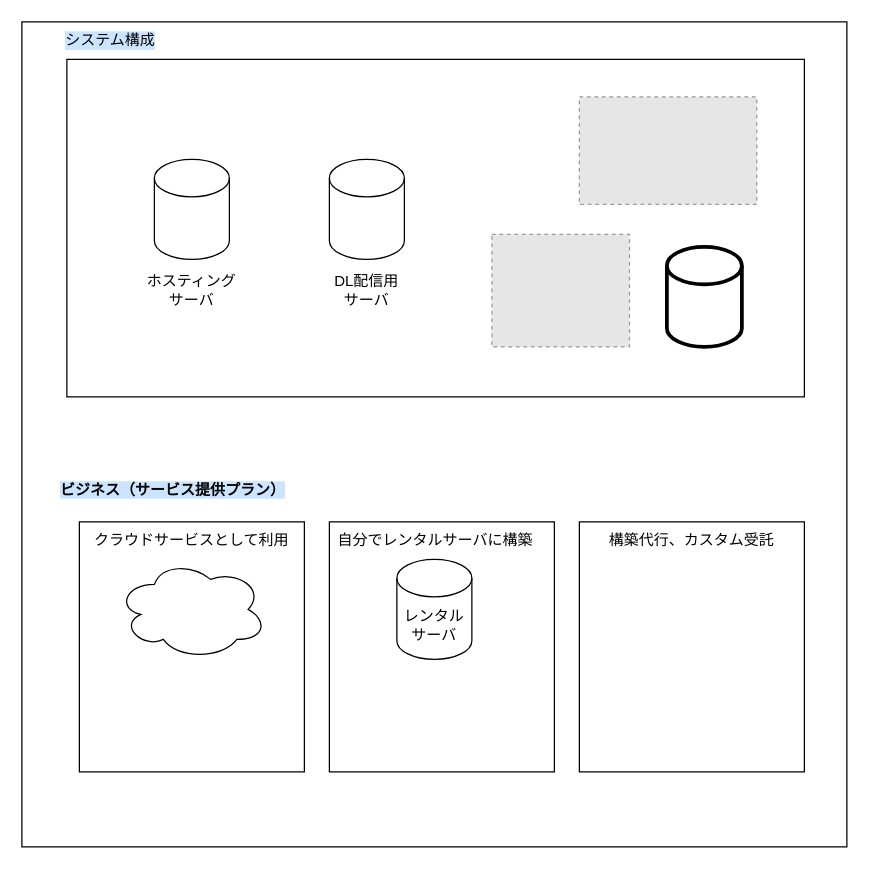
The draw.io diagram 名称未設定ファイル.drawio in buyodo/webgis-doc, before the edit. Source tidied: cells renumbered, new cells numbered last; positions are measured from the earlier drawing's top-left corner, leaving out a move shared by most shapes. Both pictures are drawn from the tidied source at 125%, with x=0, y=0 at pixel (21, 21). Pictures stored in the file or linked from it are replaced by grey dashed boxes.
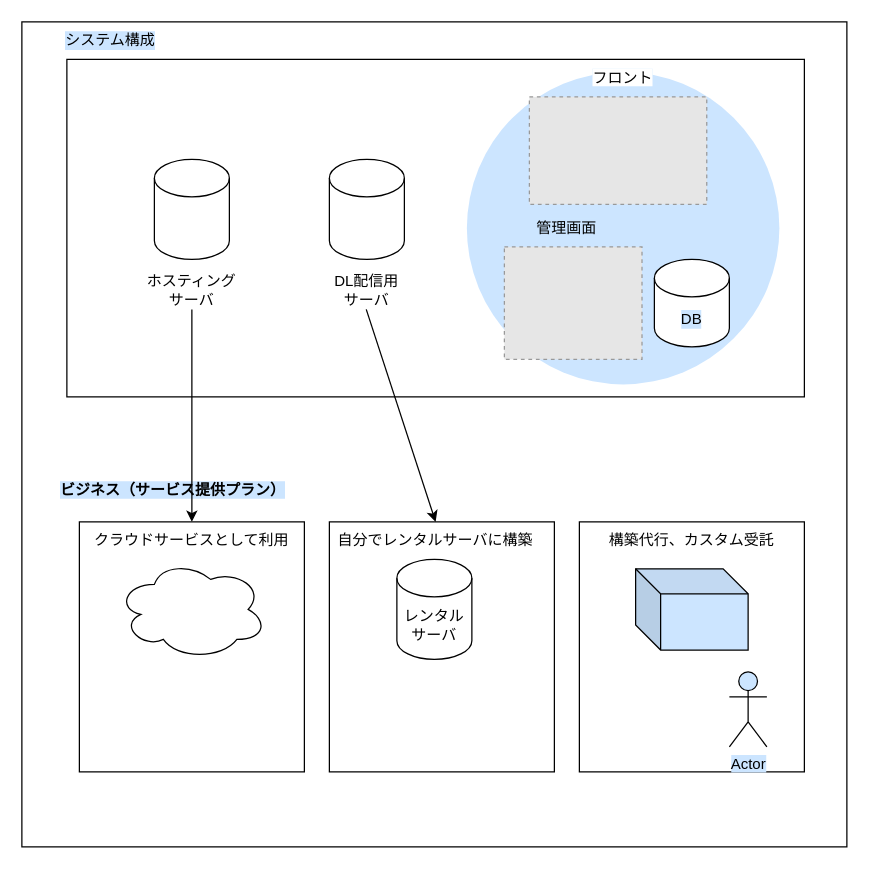
Above is the later version.

Commit message (it also covers changes not shown here):
名称未設定ファイル.drawio を更新します

Unchanged cells that the change refers to:
```xml
<mxCell id="9" value="ホスティングサーバ" style="text;html=1;strokeColor=none;fillColor=none;align=center;verticalAlign=middle;whiteSpace=wrap;rounded=0;" parent="1" vertex="1">
  <mxGeometry x="96" y="200" width="80" height="30" as="geometry" />
</mxCell>
<mxCell id="11" value="クラウドサービスとして利用" style="text;html=1;strokeColor=none;fillColor=none;align=center;verticalAlign=middle;whiteSpace=wrap;rounded=0;" parent="1" vertex="1">
  <mxGeometry x="46" y="400" width="180" height="30" as="geometry" />
</mxCell>
<mxCell id="12" value="自分でレンタルサーバに構築" style="text;html=1;strokeColor=none;fillColor=none;align=center;verticalAlign=middle;whiteSpace=wrap;rounded=0;" parent="1" vertex="1">
  <mxGeometry x="236" y="400" width="190" height="30" as="geometry" />
</mxCell>
```

What changed in the source:
```diff
@@
+    <mxCell id="21" style="ellipse;whiteSpace=wrap;html=1;labelBackgroundColor=#CCE5FF;strokeWidth=1;fillColor=#CCE5FF;strokeColor=none;" parent="1" vertex="1">
+      <mxGeometry x="356" y="40" width="250" height="250" as="geometry" />
+    </mxCell>
     <mxCell id="18" style="fillColor=#E6E6E6;strokeColor=#999999;dashed=1;verticalLabelPosition=bottom;labelBackgroundColor=default;verticalAlign=top;" parent="1" vertex="1">
-      <mxGeometry x="446" y="60" width="141.9" height="86" as="geometry" />
+      <mxGeometry x="406" y="60" width="141.9" height="86" as="geometry" />
     </mxCell>
     <mxCell id="19" style="fillColor=#E6E6E6;strokeColor=#999999;dashed=1;verticalLabelPosition=bottom;labelBackgroundColor=default;verticalAlign=top;" parent="1" vertex="1">
-      <mxGeometry x="376" y="170" width="110.1" height="90" as="geometry" />
+      <mxGeometry x="386" y="180" width="110.1" height="90" as="geometry" />
     </mxCell>
-    <mxCell id="20" style="shape=cylinder3;whiteSpace=wrap;html=1;boundedLbl=1;backgroundOutline=1;size=15;labelBackgroundColor=#CCE5FF;strokeWidth=3;" parent="1" vertex="1">
-      <mxGeometry x="516" y="180" width="60" height="80" as="geometry" />
+    <mxCell id="20" value="DB" style="shape=cylinder3;whiteSpace=wrap;html=1;boundedLbl=1;backgroundOutline=1;size=15;labelBackgroundColor=#CCE5FF;strokeWidth=1;" parent="1" vertex="1">
+      <mxGeometry x="506" y="190" width="60" height="70" as="geometry" />
     </mxCell>
+    <mxCell id="22" value="&lt;span style=&quot;background-color: rgb(255, 255, 255);&quot;&gt;フロント&lt;/span&gt;" style="text;html=1;strokeColor=none;fillColor=none;align=center;verticalAlign=middle;whiteSpace=wrap;rounded=0;labelBackgroundColor=#CCE5FF;strokeWidth=1;" parent="1" vertex="1">
+      <mxGeometry x="451" y="30" width="60" height="30" as="geometry" />
+    </mxCell>
+    <mxCell id="23" value="管理画面" style="text;html=1;strokeColor=none;fillColor=none;align=center;verticalAlign=middle;whiteSpace=wrap;rounded=0;labelBackgroundColor=#CCE5FF;strokeWidth=1;" parent="1" vertex="1">
+      <mxGeometry x="406" y="150" width="60" height="30" as="geometry" />
+    </mxCell>
+    <mxCell id="24" style="shape=cube;whiteSpace=wrap;html=1;boundedLbl=1;backgroundOutline=1;darkOpacity=0.05;darkOpacity2=0.1;labelBackgroundColor=#CCE5FF;strokeWidth=1;fillColor=#CCE5FF;" parent="1" vertex="1">
+      <mxGeometry x="491" y="437.5" width="90" height="65" as="geometry" />
+    </mxCell>
+    <mxCell id="25" value="Actor" style="shape=umlActor;verticalLabelPosition=bottom;verticalAlign=top;html=1;labelBackgroundColor=#CCE5FF;strokeWidth=1;fillColor=#CCE5FF;" parent="1" vertex="1">
+      <mxGeometry x="566" y="520" width="30" height="60" as="geometry" />
+    </mxCell>
+    <mxCell id="26" style="endArrow=classic;html=1;rounded=0;entryX=0.5;entryY=0;entryDx=0;entryDy=0;exitX=0.5;exitY=1;exitDx=0;exitDy=0;" parent="1" edge="1" source="9" target="11">
+      <mxGeometry relative="1" as="geometry" />
+    </mxCell>
+    <mxCell id="27" style="endArrow=classic;html=1;rounded=0;entryX=0.5;entryY=0;entryDx=0;entryDy=0;exitX=0.5;exitY=1;exitDx=0;exitDy=0;" parent="1" edge="1" target="12">
+      <mxGeometry relative="1" as="geometry">
+        <mxPoint x="275.5" y="230" as="sourcePoint" />
+      </mxGeometry>
+    </mxCell>
```
